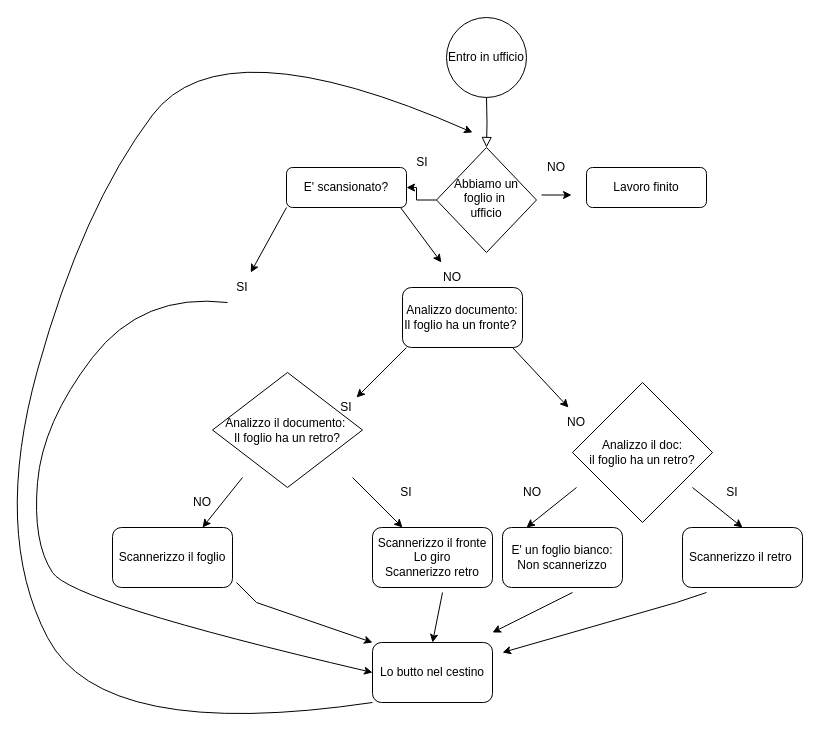
Before: diagramma di flusso esercizio boolean.drawio in silviosalza/human-code, a draw.io diagram. Source tidied: cells renumbered, new cells numbered last; positions are measured from the earlier drawing's top-left corner, leaving out a move shared by most shapes. Both pictures are drawn from the tidied source at 100%, with x=0, y=0 at pixel (-8, 17).
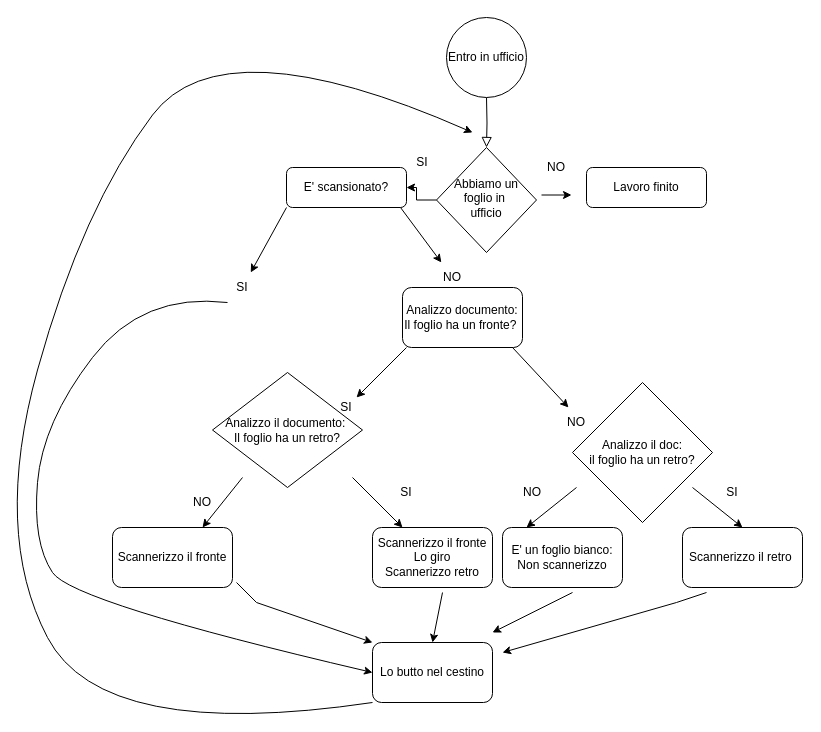
After the change.

Commit message:
diagramma agg.3

Change to the diagram source:
```diff
@@
-    <mxCell id="23" value="Scannerizzo il foglio" style="rounded=1;whiteSpace=wrap;html=1;" parent="1" vertex="1">
+    <mxCell id="23" value="Scannerizzo il fronte" style="rounded=1;whiteSpace=wrap;html=1;" parent="1" vertex="1">
       <mxGeometry x="120" y="510" width="120" height="60" as="geometry" />
     </mxCell>
```
